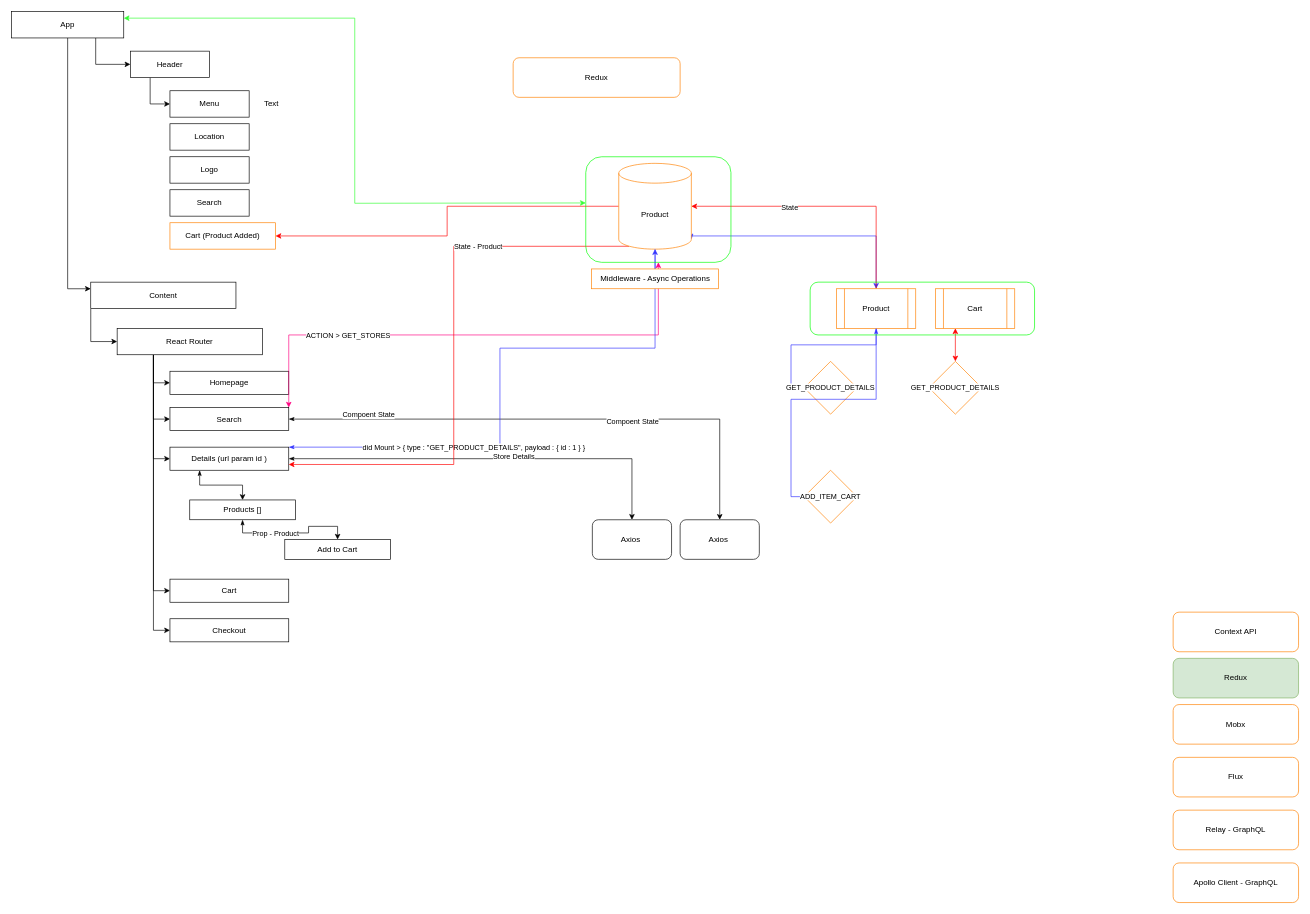
The draw.io diagram design.drawio in jaswantsandhu/react-demo-project, before the edit. Source tidied: cells renumbered, new cells numbered last; positions are measured from the earlier drawing's top-left corner, leaving out a move shared by most shapes. Both pictures are drawn from the tidied source at 66%, with x=0, y=0 at pixel (11, 11).
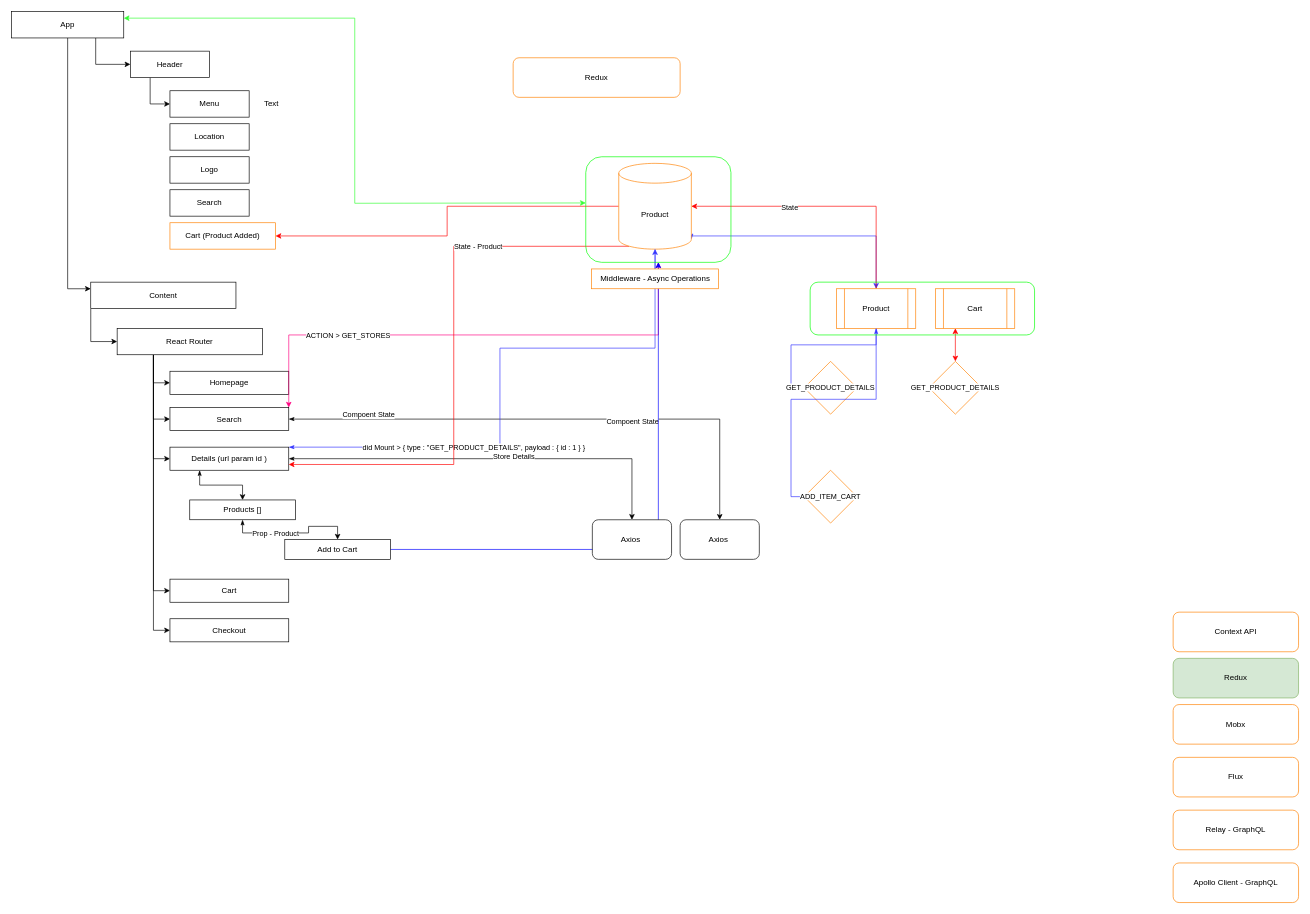
The same diagram, later.

The change refers to these unchanged cells:
```xml
<mxCell id="39" value="Add to Cart" style="rounded=0;whiteSpace=wrap;html=1;" parent="1" vertex="1">
  <mxGeometry x="414" y="800" width="160" height="30" as="geometry" />
</mxCell>
<mxCell id="67" style="rounded=1;whiteSpace=wrap;html=1;fillColor=none;strokeColor=#00FF00;" parent="1" vertex="1">
  <mxGeometry x="870" y="220" width="220" height="160" as="geometry" />
</mxCell>
```

What changed in the source:
```diff
@@
+    <mxCell id="69" style="edgeStyle=orthogonalEdgeStyle;rounded=0;jettySize=auto;html=1;strokeColor=#0000FF;" parent="1" edge="1" source="39" target="67">
+      <mxGeometry relative="1" as="geometry" />
+    </mxCell>
```
